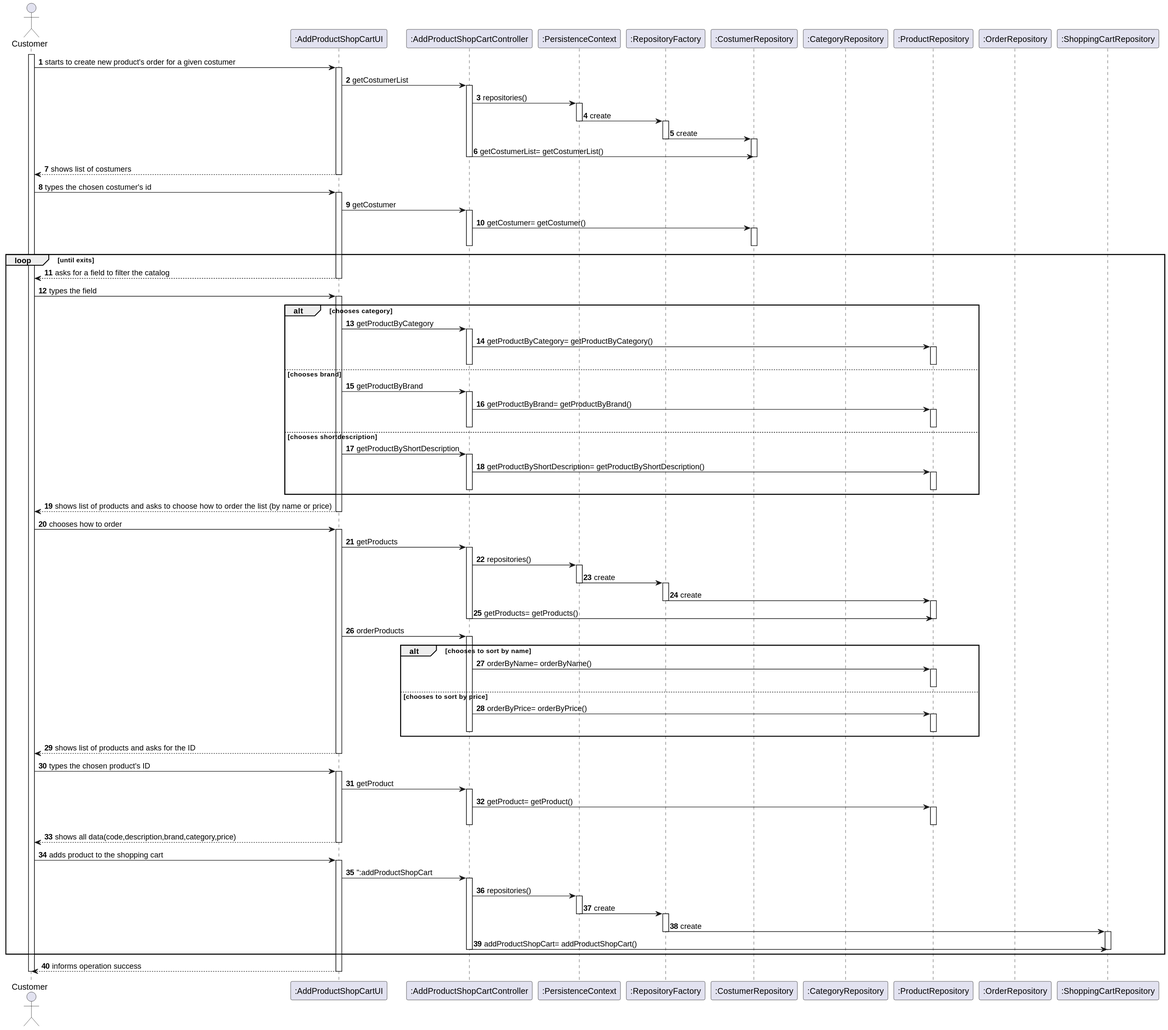
marttuga/LAPR4-SmartSystems keeps this PlantUML diagram as docs/Sprint3/US1501/US1501_SD.svg. Above is the earlier version.
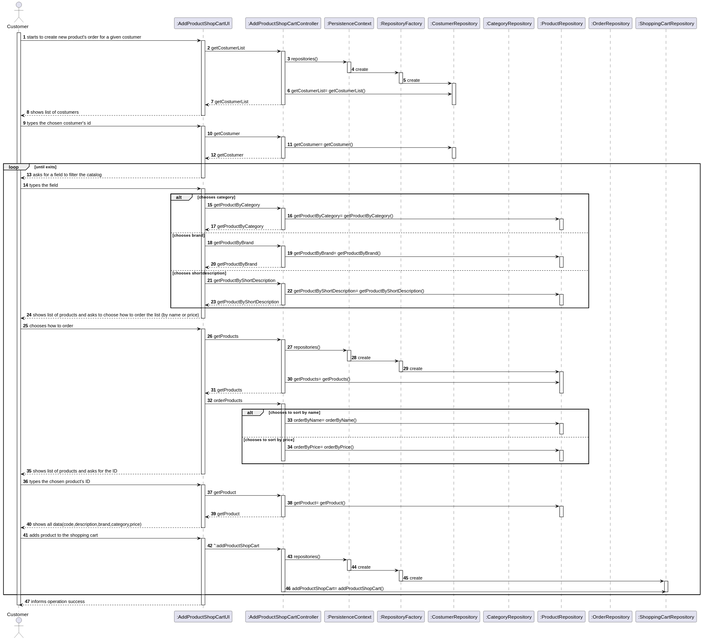
After the commit.

Diff of the diagram source:
```diff
@@ -30,6 +30,7 @@
 activate CostRepo
 deactivate CostRepo
 CTRL -> CostRepo : getCostumerList= getCostumerList()
+CTRL --> UI :  getCostumerList
 deactivate CTRL
 deactivate CostRepo
 UI --> C : shows list of costumers
@@ -43,6 +44,7 @@
 activate CTRL
 CTRL -> CostRepo : getCostumer= getCostumer()
 activate CostRepo
+CTRL --> UI :  getCostumer
 deactivate CTRL
 deactivate CostRepo
 
@@ -60,6 +62,7 @@
 activate CTRL
 CTRL -> ProdRepo : getProductByCategory= getProductByCategory()
 activate ProdRepo
+CTRL --> UI :  getProductByCategory
 deactivate CTRL
 deactivate ProdRepo
 
@@ -68,6 +71,8 @@
 activate CTRL
 CTRL -> ProdRepo : getProductByBrand= getProductByBrand()
 activate ProdRepo
+CTRL --> UI :  getProductByBrand
+
 deactivate CTRL
 deactivate ProdRepo
 
@@ -76,6 +81,8 @@
 activate CTRL
 CTRL -> ProdRepo : getProductByShortDescription= getProductByShortDescription()
 activate ProdRepo
+CTRL --> UI :  getProductByShortDescription
+
 deactivate CTRL
 deactivate ProdRepo
 end
@@ -100,6 +107,7 @@
 activate ProdRepo
 deactivate ProdRepo
 CTRL -> ProdRepo : getProducts= getProducts()
+CTRL --> UI :  getProducts
 deactivate CTRL
 deactivate ProdRepo
 
@@ -130,6 +138,7 @@
 activate CTRL
 CTRL -> ProdRepo : getProduct= getProduct()
 activate ProdRepo
+CTRL --> UI :  getProduct
 deactivate CTRL
 deactivate ProdRepo
 
```
